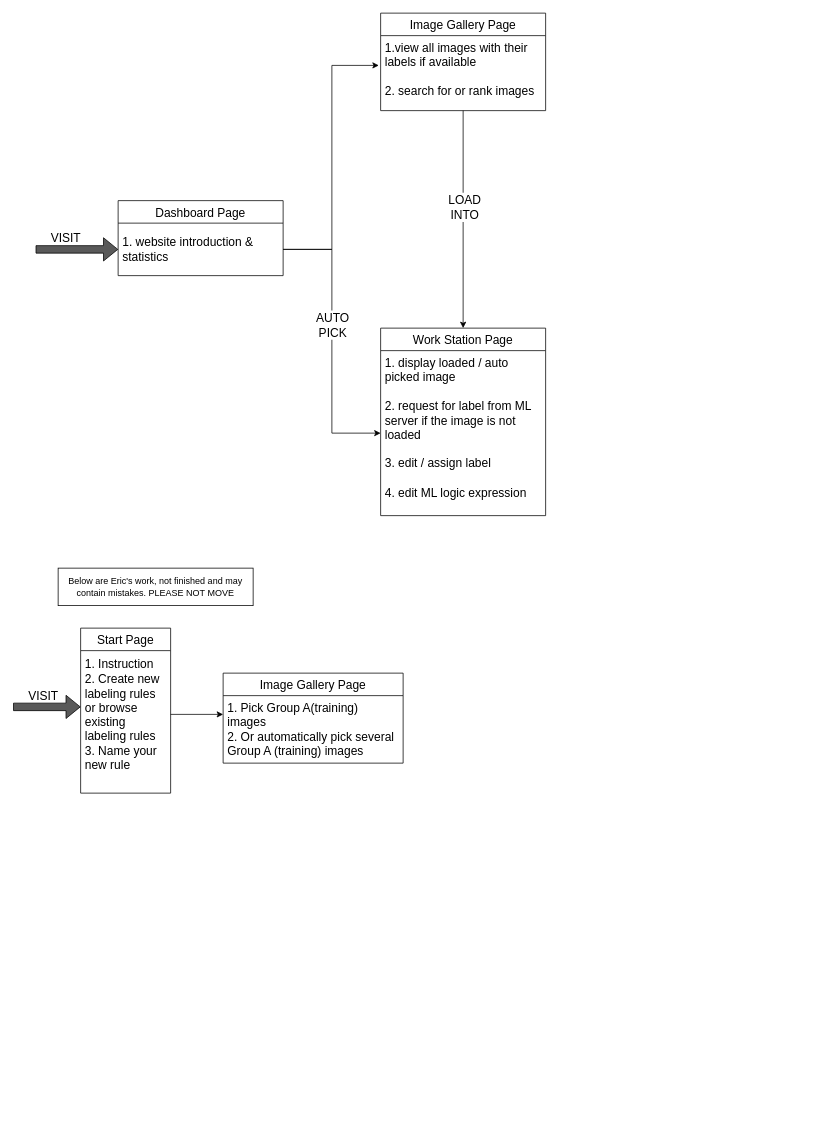
Earlier version of the draw.io diagram page "Web Routers" (2 of 4) of architecture.drawio (Neural-Symbolic-Image-Labeling/NSILWeb). Source tidied: cells renumbered, new cells numbered last; positions are measured from the earlier drawing's top-left corner, leaving out a move shared by most shapes. Both pictures are drawn from the tidied source at 75%, with x=0, y=0 at pixel (13, 13).
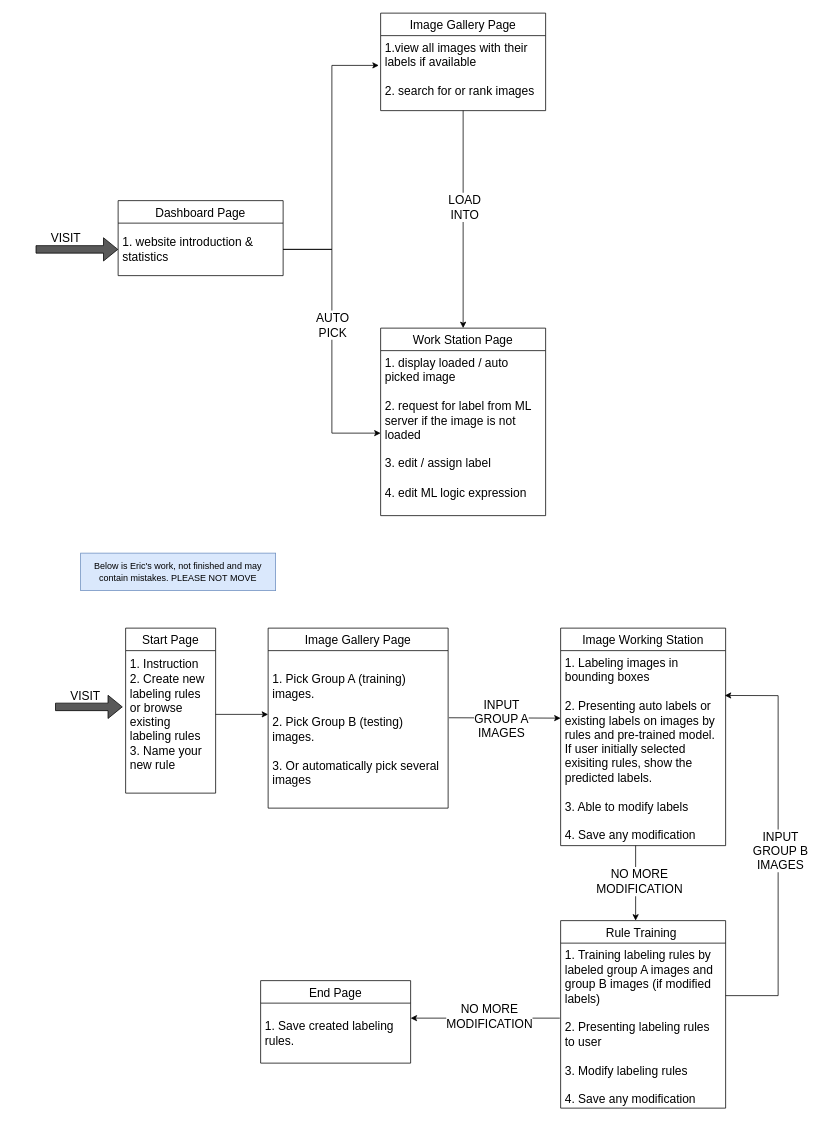
The same page after the edit.

Change to the diagram source:
```diff
@@
     <mxCell id="15" style="shape=flexArrow;endArrow=classic;html=1;rounded=0;fontSize=16;shadow=0;fillColor=#595959;" parent="1" edge="1">
       <mxGeometry relative="1" as="geometry">
-        <mxPoint y="925" as="sourcePoint" />
-        <mxPoint x="90" y="925" as="targetPoint" />
+        <mxPoint x="56" y="925" as="sourcePoint" />
+        <mxPoint x="146" y="925" as="targetPoint" />
       </mxGeometry>
     </mxCell>
     <mxCell id="16" value="VISIT" style="text;html=1;align=center;verticalAlign=middle;strokeColor=none;fillColor=none;fontSize=16;" parent="1" vertex="1">
-      <mxGeometry x="10" y="900" width="60" height="20" as="geometry" />
+      <mxGeometry x="66" y="900" width="60" height="20" as="geometry" />
     </mxCell>
     <mxCell id="17" value="Start Page" style="swimlane;fontStyle=0;horizontal=1;startSize=30;fontSize=16;" parent="1" vertex="1">
-      <mxGeometry x="90" y="820" width="120" height="220" as="geometry" />
+      <mxGeometry x="150" y="820" width="120" height="220" as="geometry" />
     </mxCell>
@@
     <mxCell id="19" style="endArrow=classic;html=1;rounded=0;" parent="1" edge="1">
       <mxGeometry relative="1" as="geometry">
-        <mxPoint x="210" y="935" as="sourcePoint" />
-        <mxPoint x="280" y="935" as="targetPoint" />
+        <mxPoint x="270" y="935" as="sourcePoint" />
+        <mxPoint x="340" y="935" as="targetPoint" />
       </mxGeometry>
     </mxCell>
     <mxCell id="20" value="Image Gallery Page" style="swimlane;fontStyle=0;horizontal=1;startSize=30;fontSize=16;" parent="1" vertex="1">
-      <mxGeometry x="280" y="880" width="240" height="120" as="geometry" />
+      <mxGeometry x="340" y="820" width="240" height="240" as="geometry" />
     </mxCell>
-    <mxCell id="21" value="1. Pick Group A(training) images&#10;2. Or automatically pick several Group A (training) images" style="text;strokeColor=none;fillColor=none;align=left;verticalAlign=middle;spacingLeft=4;spacingRight=4;overflow=hidden;fontSize=16;whiteSpace=wrap;" parent="20" vertex="1">
-      <mxGeometry y="30" width="240" height="90" as="geometry" />
+    <mxCell id="21" value="1. Pick Group A (training) images.&#10;&#10;2. Pick Group B (testing) images.&#10;&#10;3. Or automatically pick several images" style="text;strokeColor=none;fillColor=none;align=left;verticalAlign=middle;spacingLeft=4;spacingRight=4;overflow=hidden;fontSize=16;whiteSpace=wrap;" parent="20" vertex="1">
+      <mxGeometry y="30" width="240" height="210" as="geometry" />
     </mxCell>
-    <mxCell id="22" value="Below are Eric's work, not finished and may contain mistakes. PLEASE NOT MOVE" style="rounded=0;whiteSpace=wrap;html=1;" parent="1" vertex="1">
-      <mxGeometry x="60" y="740" width="260" height="50" as="geometry" />
+    <mxCell id="22" value="Below is Eric's work, not finished and may contain mistakes. PLEASE NOT MOVE" style="rounded=0;whiteSpace=wrap;html=1;fillColor=#dae8fc;strokeColor=#6c8ebf;" parent="1" vertex="1">
+      <mxGeometry x="90" y="720" width="260" height="50" as="geometry" />
     </mxCell>
+    <mxCell id="23" style="endArrow=classic;html=1;rounded=0;" parent="1" edge="1">
+      <mxGeometry relative="1" as="geometry">
+        <mxPoint x="581" y="939.5" as="sourcePoint" />
+        <mxPoint x="730" y="940" as="targetPoint" />
+      </mxGeometry>
+    </mxCell>
+    <mxCell id="24" value="Image Working Station" style="swimlane;fontStyle=0;horizontal=1;startSize=30;fontSize=16;" parent="1" vertex="1">
+      <mxGeometry x="730" y="820" width="220" height="290" as="geometry" />
+    </mxCell>
+    <mxCell id="25" value="1. Labeling images in bounding boxes&#10;&#10;2. Presenting auto labels or existing labels on images by rules and pre-trained model. If user initially selected exisiting rules, show the predicted labels.&#10;&#10;3. Able to modify labels &#10;&#10;4. Save any modification" style="text;strokeColor=none;fillColor=none;align=left;verticalAlign=top;spacingLeft=4;spacingRight=4;overflow=hidden;points=[[0,0.5],[1,0.5]];portConstraint=eastwest;fontSize=16;whiteSpace=wrap;" parent="24" vertex="1">
+      <mxGeometry y="30" width="220" height="260" as="geometry" />
+    </mxCell>
+    <mxCell id="26" style="endArrow=classic;html=1;rounded=0;" parent="24" edge="1">
+      <mxGeometry relative="1" as="geometry">
+        <mxPoint x="100" y="290" as="sourcePoint" />
+        <mxPoint x="100" y="390" as="targetPoint" />
+      </mxGeometry>
+    </mxCell>
+    <mxCell id="27" value="NO MORE&lt;br&gt;MODIFICATION" style="edgeLabel;html=1;align=center;verticalAlign=middle;fontSize=16;labelBorderColor=none;labelBackgroundColor=#FFFFFF;" parent="1" vertex="1">
+      <mxGeometry x="880" y="1000" as="geometry">
+        <mxPoint x="-46" y="157" as="offset" />
+      </mxGeometry>
+    </mxCell>
+    <mxCell id="28" value="Rule Training " style="swimlane;fontStyle=0;horizontal=1;startSize=30;fontSize=16;" parent="1" vertex="1">
+      <mxGeometry x="730" y="1210" width="220" height="250" as="geometry" />
+    </mxCell>
+    <mxCell id="29" value="1. Training labeling rules by labeled group A images and group B images (if modified labels)&#10;&#10;2. Presenting labeling rules to user&#10;&#10;3. Modify labeling rules&#10;&#10;4. Save any modification" style="text;strokeColor=none;fillColor=none;align=left;verticalAlign=top;spacingLeft=4;spacingRight=4;overflow=hidden;fontSize=16;whiteSpace=wrap;" parent="28" vertex="1">
+      <mxGeometry y="30" width="220" height="220" as="geometry" />
+    </mxCell>
+    <mxCell id="30" style="endArrow=classic;html=1;rounded=0;" parent="28" edge="1">
+      <mxGeometry relative="1" as="geometry">
+        <mxPoint x="-1.1" y="130" as="sourcePoint" />
+        <mxPoint x="-200" y="130" as="targetPoint" />
+      </mxGeometry>
+    </mxCell>
+    <mxCell id="31" value="INPUT&lt;br&gt;GROUP A&lt;br&gt;IMAGES" style="edgeLabel;html=1;align=center;verticalAlign=middle;fontSize=16;" parent="1" vertex="1">
+      <mxGeometry x="650" y="940" as="geometry" />
+    </mxCell>
+    <mxCell id="32" style="endArrow=none;html=1;rounded=0;" parent="1" edge="1">
+      <mxGeometry relative="1" as="geometry">
+        <mxPoint x="950" y="1310" as="sourcePoint" />
+        <mxPoint x="1020" y="1310" as="targetPoint" />
+      </mxGeometry>
+    </mxCell>
+    <mxCell id="33" style="endArrow=none;html=1;rounded=0;" parent="1" edge="1">
+      <mxGeometry relative="1" as="geometry">
+        <mxPoint x="1020" y="1310" as="sourcePoint" />
+        <mxPoint x="1020" y="910" as="targetPoint" />
+      </mxGeometry>
+    </mxCell>
+    <mxCell id="34" style="endArrow=classic;html=1;rounded=0;entryX=0.995;entryY=0.23;entryDx=0;entryDy=0;entryPerimeter=0;" parent="1" edge="1" target="25">
+      <mxGeometry relative="1" as="geometry">
+        <mxPoint x="1020" y="910" as="sourcePoint" />
+      </mxGeometry>
+    </mxCell>
+    <mxCell id="35" value="INPUT&lt;br&gt;GROUP B&lt;br&gt;IMAGES" style="edgeLabel;html=1;align=center;verticalAlign=middle;fontSize=16;" parent="1" vertex="1">
+      <mxGeometry x="1040" y="1120" as="geometry">
+        <mxPoint x="-18" y="-4" as="offset" />
+      </mxGeometry>
+    </mxCell>
+    <mxCell id="36" value="NO MORE&lt;br&gt;MODIFICATION" style="edgeLabel;html=1;align=center;verticalAlign=middle;fontSize=16;labelBorderColor=none;labelBackgroundColor=#FFFFFF;" parent="1" vertex="1">
+      <mxGeometry x="680" y="1180" as="geometry">
+        <mxPoint x="-46" y="157" as="offset" />
+      </mxGeometry>
+    </mxCell>
+    <mxCell id="37" value="End Page" style="swimlane;fontStyle=0;horizontal=1;startSize=30;fontSize=16;" parent="1" vertex="1">
+      <mxGeometry x="330" y="1290" width="200" height="110" as="geometry" />
+    </mxCell>
+    <mxCell id="38" value="1. Save created labeling rules." style="text;strokeColor=none;fillColor=none;align=left;verticalAlign=middle;spacingLeft=4;spacingRight=4;overflow=hidden;fontSize=16;whiteSpace=wrap;" parent="37" vertex="1">
+      <mxGeometry y="30" width="200" height="80" as="geometry" />
+    </mxCell>
```
